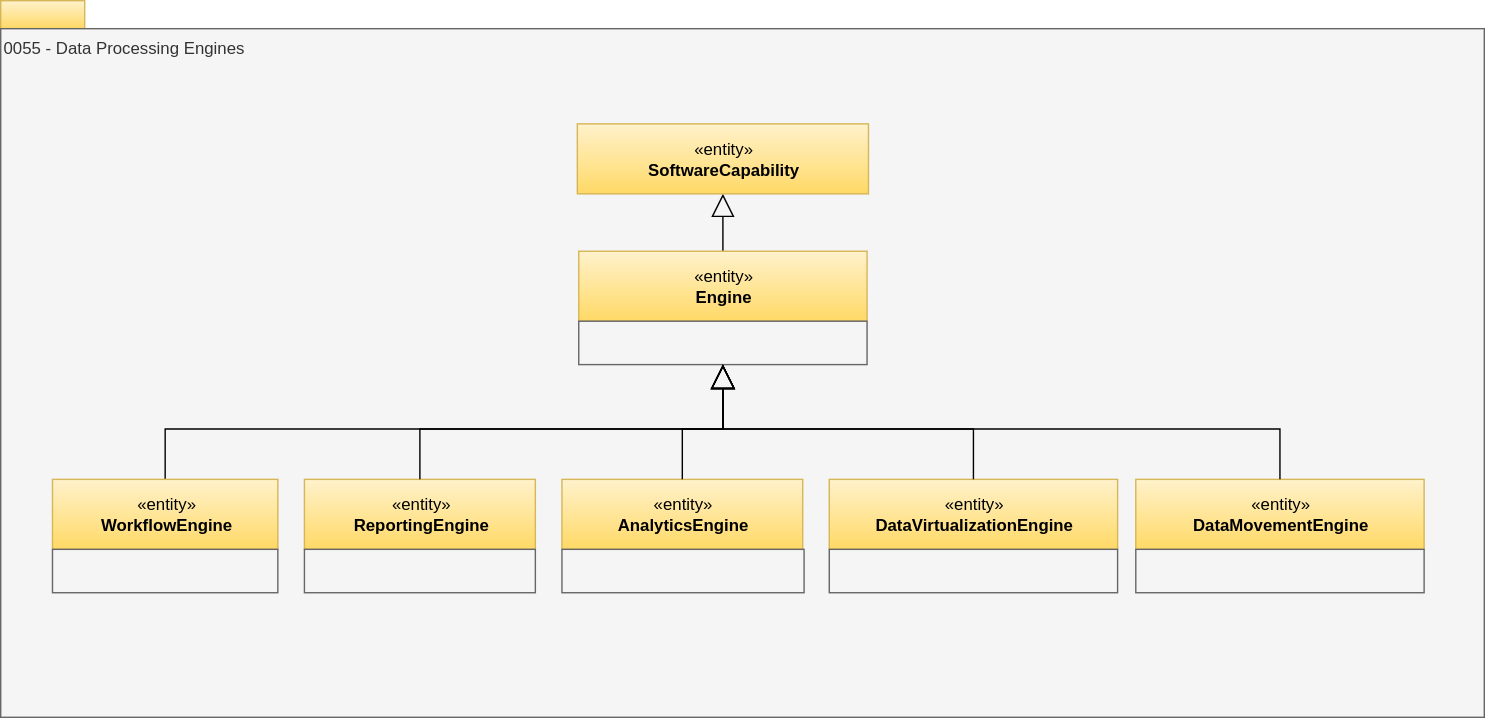
Before: site/docs/types/0/0055-Data-Processing-Engines.svg, a diagram exported from draw.io (odpi/egeria-docs). Source tidied: cells renumbered, new cells last; positions are measured from the earlier drawing's top-left corner, leaving out a move shared by most shapes.
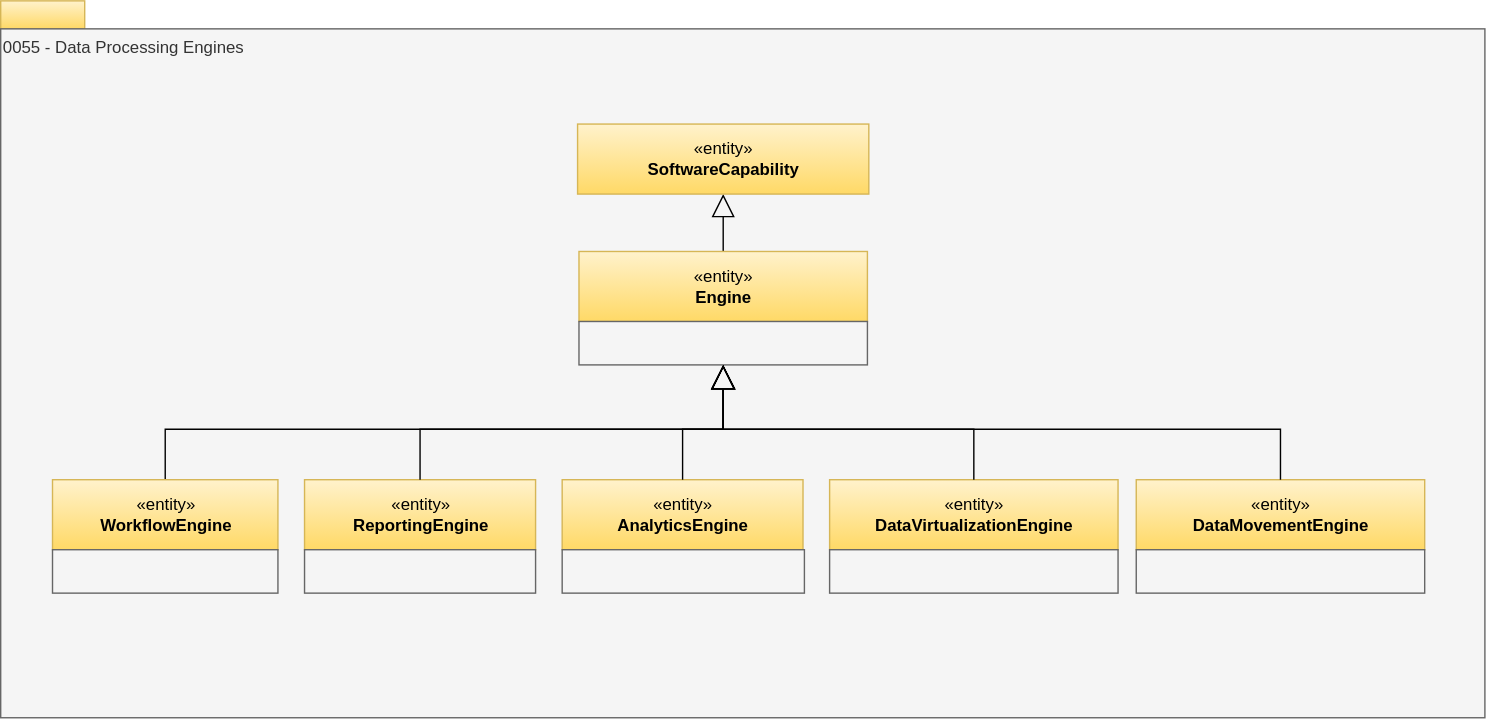
The same diagram one commit later.

Diff of the diagram source:
```diff
@@ -1,68 +1,68 @@
 <mxGraphModel>
   <root>
-    <mxCell id="0" />
-    <mxCell id="1" parent="0" />
+    <mxCell id="23" />
+    <mxCell id="24" parent="23" />
-    <mxCell id="2" style="rounded=0;whiteSpace=wrap;html=1;align=left;fillColor=#fff2cc;strokeColor=#d6b656;gradientColor=#ffd966;" parent="1" vertex="1">
+    <mxCell id="2" style="rounded=0;whiteSpace=wrap;html=1;align=left;fillColor=#fff2cc;strokeColor=#d6b656;gradientColor=#ffd966;" parent="24" vertex="1">
       <mxGeometry width="60" height="20" as="geometry" />
     </mxCell>
-    <mxCell id="3" value="0055 - Data Processing Engines" style="rounded=0;whiteSpace=wrap;html=1;align=left;verticalAlign=top;fillColor=#f5f5f5;fontColor=#333333;strokeColor=#666666;" parent="1" vertex="1">
+    <mxCell id="3" value="0055 - Data Processing Engines" style="rounded=0;whiteSpace=wrap;html=1;align=left;verticalAlign=top;fillColor=#f5f5f5;fontColor=#333333;strokeColor=#666666;" parent="24" vertex="1">
       <mxGeometry y="20" width="1060" height="492" as="geometry" />
     </mxCell>
-    <mxCell id="4" style="edgeStyle=orthogonalEdgeStyle;rounded=0;jettySize=auto;html=1;exitX=0.5;exitY=0;exitDx=0;exitDy=0;endArrow=block;endFill=0;endSize=14;" parent="1" edge="1" source="5" target="7">
+    <mxCell id="4" style="edgeStyle=orthogonalEdgeStyle;rounded=0;jettySize=auto;html=1;exitX=0.5;exitY=0;exitDx=0;exitDy=0;endArrow=block;endFill=0;endSize=14;entryX=0.5;entryY=1;entryDx=0;entryDy=0;" parent="24" edge="1" source="5" target="7">
       <mxGeometry relative="1" as="geometry" />
     </mxCell>
-    <mxCell id="5" value="«entity»&lt;br&gt;&lt;b&gt;Engine&lt;/b&gt;" style="html=1;strokeColor=#d6b656;align=center;fillColor=#fff2cc;gradientColor=#ffd966;" parent="1" vertex="1">
+    <mxCell id="5" value="«entity»&lt;br&gt;&lt;b&gt;Engine&lt;/b&gt;" style="html=1;strokeColor=#d6b656;align=center;fillColor=#fff2cc;gradientColor=#ffd966;" parent="24" vertex="1">
       <mxGeometry x="413" y="179" width="206" height="50" as="geometry" />
     </mxCell>
-    <mxCell id="6" style="rounded=0;whiteSpace=wrap;html=1;strokeColor=#666666;align=center;fillColor=#f5f5f5;fontColor=#333333;" parent="1" vertex="1">
+    <mxCell id="6" style="rounded=0;whiteSpace=wrap;html=1;strokeColor=#666666;align=center;fillColor=#f5f5f5;fontColor=#333333;" parent="24" vertex="1">
       <mxGeometry x="413" y="229" width="206" height="31" as="geometry" />
     </mxCell>
-    <mxCell id="7" value="«entity»&lt;br&gt;&lt;b&gt;SoftwareCapability&lt;/b&gt;" style="html=1;strokeColor=#d6b656;align=center;fillColor=#fff2cc;gradientColor=#ffd966;" parent="1" vertex="1">
+    <mxCell id="7" value="«entity»&lt;br&gt;&lt;b&gt;SoftwareCapability&lt;/b&gt;" style="html=1;strokeColor=#d6b656;align=center;fillColor=#fff2cc;gradientColor=#ffd966;" parent="24" vertex="1">
       <mxGeometry x="412" y="88" width="208" height="50" as="geometry" />
     </mxCell>
-    <mxCell id="8" style="edgeStyle=orthogonalEdgeStyle;rounded=0;jettySize=auto;html=1;exitX=0.5;exitY=0;exitDx=0;exitDy=0;entryX=0.5;entryY=1;entryDx=0;entryDy=0;endArrow=block;endFill=0;endSize=15;" parent="1" edge="1" source="9" target="6">
+    <mxCell id="8" style="edgeStyle=orthogonalEdgeStyle;rounded=0;jettySize=auto;html=1;exitX=0.5;exitY=0;exitDx=0;exitDy=0;entryX=0.5;entryY=1;entryDx=0;entryDy=0;endArrow=block;endFill=0;endSize=15;" parent="24" edge="1" source="9" target="6">
       <mxGeometry relative="1" as="geometry" />
     </mxCell>
-    <mxCell id="9" value="«entity»&lt;br&gt;&lt;b&gt;WorkflowEngine&lt;/b&gt;" style="html=1;strokeColor=#d6b656;align=center;fillColor=#fff2cc;gradientColor=#ffd966;" parent="1" vertex="1">
+    <mxCell id="9" value="«entity»&lt;br&gt;&lt;b&gt;WorkflowEngine&lt;/b&gt;" style="html=1;strokeColor=#d6b656;align=center;fillColor=#fff2cc;gradientColor=#ffd966;" parent="24" vertex="1">
       <mxGeometry x="37" y="342" width="161" height="50" as="geometry" />
     </mxCell>
-    <mxCell id="10" style="rounded=0;whiteSpace=wrap;html=1;strokeColor=#666666;align=center;fillColor=#f5f5f5;fontColor=#333333;" parent="1" vertex="1">
+    <mxCell id="10" style="rounded=0;whiteSpace=wrap;html=1;strokeColor=#666666;align=center;fillColor=#f5f5f5;fontColor=#333333;" parent="24" vertex="1">
       <mxGeometry x="37" y="392" width="161" height="31" as="geometry" />
     </mxCell>
-    <mxCell id="11" value="«entity»&lt;br&gt;&lt;b&gt;ReportingEngine&lt;/b&gt;" style="html=1;strokeColor=#d6b656;align=center;fillColor=#fff2cc;gradientColor=#ffd966;" parent="1" vertex="1">
+    <mxCell id="11" value="«entity»&lt;br&gt;&lt;b&gt;ReportingEngine&lt;/b&gt;" style="html=1;strokeColor=#d6b656;align=center;fillColor=#fff2cc;gradientColor=#ffd966;" parent="24" vertex="1">
       <mxGeometry x="217" y="342" width="165" height="50" as="geometry" />
     </mxCell>
-    <mxCell id="12" style="rounded=0;whiteSpace=wrap;html=1;strokeColor=#666666;align=center;fillColor=#f5f5f5;fontColor=#333333;" parent="1" vertex="1">
+    <mxCell id="12" style="rounded=0;whiteSpace=wrap;html=1;strokeColor=#666666;align=center;fillColor=#f5f5f5;fontColor=#333333;" parent="24" vertex="1">
       <mxGeometry x="217" y="392" width="165" height="31" as="geometry" />
     </mxCell>
-    <mxCell id="13" value="«entity»&lt;br&gt;&lt;b&gt;AnalyticsEngine&lt;/b&gt;" style="html=1;strokeColor=#d6b656;align=center;fillColor=#fff2cc;gradientColor=#ffd966;" parent="1" vertex="1">
+    <mxCell id="13" value="«entity»&lt;br&gt;&lt;b&gt;AnalyticsEngine&lt;/b&gt;" style="html=1;strokeColor=#d6b656;align=center;fillColor=#fff2cc;gradientColor=#ffd966;" parent="24" vertex="1">
       <mxGeometry x="401" y="342" width="172" height="50" as="geometry" />
     </mxCell>
-    <mxCell id="14" style="rounded=0;whiteSpace=wrap;html=1;strokeColor=#666666;align=center;fillColor=#f5f5f5;fontColor=#333333;" parent="1" vertex="1">
+    <mxCell id="14" style="rounded=0;whiteSpace=wrap;html=1;strokeColor=#666666;align=center;fillColor=#f5f5f5;fontColor=#333333;" parent="24" vertex="1">
       <mxGeometry x="401" y="392" width="173" height="31" as="geometry" />
     </mxCell>
-    <mxCell id="15" value="«entity»&lt;br&gt;&lt;b&gt;DataVirtualizationEngine&lt;/b&gt;" style="html=1;strokeColor=#d6b656;align=center;fillColor=#fff2cc;gradientColor=#ffd966;" parent="1" vertex="1">
+    <mxCell id="15" value="«entity»&lt;br&gt;&lt;b&gt;DataVirtualizationEngine&lt;/b&gt;" style="html=1;strokeColor=#d6b656;align=center;fillColor=#fff2cc;gradientColor=#ffd966;" parent="24" vertex="1">
       <mxGeometry x="592" y="342" width="206" height="50" as="geometry" />
     </mxCell>
-    <mxCell id="16" style="rounded=0;whiteSpace=wrap;html=1;strokeColor=#666666;align=center;fillColor=#f5f5f5;fontColor=#333333;" parent="1" vertex="1">
+    <mxCell id="16" style="rounded=0;whiteSpace=wrap;html=1;strokeColor=#666666;align=center;fillColor=#f5f5f5;fontColor=#333333;" parent="24" vertex="1">
       <mxGeometry x="592" y="392" width="206" height="31" as="geometry" />
     </mxCell>
-    <mxCell id="17" value="«entity»&lt;br&gt;&lt;b&gt;DataMovementEngine&lt;/b&gt;" style="html=1;strokeColor=#d6b656;align=center;fillColor=#fff2cc;gradientColor=#ffd966;" parent="1" vertex="1">
+    <mxCell id="17" value="«entity»&lt;br&gt;&lt;b&gt;DataMovementEngine&lt;/b&gt;" style="html=1;strokeColor=#d6b656;align=center;fillColor=#fff2cc;gradientColor=#ffd966;" parent="24" vertex="1">
       <mxGeometry x="811" y="342" width="206" height="50" as="geometry" />
     </mxCell>
-    <mxCell id="18" style="rounded=0;whiteSpace=wrap;html=1;strokeColor=#666666;align=center;fillColor=#f5f5f5;fontColor=#333333;" parent="1" vertex="1">
+    <mxCell id="18" style="rounded=0;whiteSpace=wrap;html=1;strokeColor=#666666;align=center;fillColor=#f5f5f5;fontColor=#333333;" parent="24" vertex="1">
       <mxGeometry x="811" y="392" width="206" height="31" as="geometry" />
     </mxCell>
-    <mxCell id="19" style="edgeStyle=orthogonalEdgeStyle;rounded=0;jettySize=auto;html=1;exitX=0.5;exitY=0;exitDx=0;exitDy=0;endArrow=block;endFill=0;endSize=15;entryX=0.5;entryY=1;entryDx=0;entryDy=0;" parent="1" edge="1" source="11" target="6">
+    <mxCell id="19" style="edgeStyle=orthogonalEdgeStyle;rounded=0;jettySize=auto;html=1;exitX=0.5;exitY=0;exitDx=0;exitDy=0;endArrow=block;endFill=0;endSize=15;entryX=0.5;entryY=1;entryDx=0;entryDy=0;" parent="24" edge="1" source="11" target="6">
       <mxGeometry relative="1" as="geometry" />
     </mxCell>
-    <mxCell id="20" style="edgeStyle=orthogonalEdgeStyle;rounded=0;jettySize=auto;html=1;exitX=0.5;exitY=0;exitDx=0;exitDy=0;entryX=0.5;entryY=1;entryDx=0;entryDy=0;endArrow=block;endFill=0;endSize=15;" parent="1" edge="1" source="13" target="6">
+    <mxCell id="20" style="edgeStyle=orthogonalEdgeStyle;rounded=0;jettySize=auto;html=1;exitX=0.5;exitY=0;exitDx=0;exitDy=0;entryX=0.5;entryY=1;entryDx=0;entryDy=0;endArrow=block;endFill=0;endSize=15;" parent="24" edge="1" source="13" target="6">
       <mxGeometry relative="1" as="geometry" />
     </mxCell>
-    <mxCell id="21" style="edgeStyle=orthogonalEdgeStyle;rounded=0;jettySize=auto;html=1;exitX=0.5;exitY=0;exitDx=0;exitDy=0;entryX=0.5;entryY=1;entryDx=0;entryDy=0;endArrow=block;endFill=0;endSize=15;" parent="1" edge="1" source="15" target="6">
+    <mxCell id="21" style="edgeStyle=orthogonalEdgeStyle;rounded=0;jettySize=auto;html=1;exitX=0.5;exitY=0;exitDx=0;exitDy=0;entryX=0.5;entryY=1;entryDx=0;entryDy=0;endArrow=block;endFill=0;endSize=15;" parent="24" edge="1" source="15" target="6">
       <mxGeometry relative="1" as="geometry" />
     </mxCell>
-    <mxCell id="22" style="edgeStyle=orthogonalEdgeStyle;rounded=0;jettySize=auto;html=1;exitX=0.5;exitY=0;exitDx=0;exitDy=0;entryX=0.5;entryY=1;entryDx=0;entryDy=0;endArrow=block;endFill=0;endSize=15;" parent="1" edge="1" source="17" target="6">
+    <mxCell id="22" style="edgeStyle=orthogonalEdgeStyle;rounded=0;jettySize=auto;html=1;exitX=0.5;exitY=0;exitDx=0;exitDy=0;entryX=0.5;entryY=1;entryDx=0;entryDy=0;endArrow=block;endFill=0;endSize=15;" parent="24" edge="1" source="17" target="6">
       <mxGeometry relative="1" as="geometry" />
     </mxCell>
   </root>
```
